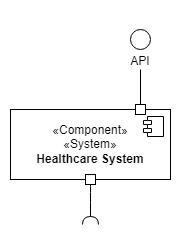
This is docs/global-artifacts/03.design/logical-view/level-1/png/N1-VL.png from vscosousa/LAPR5_3DC_G15, a draw.io export, as it was before one commit. Source tidied: cells renumbered, new cells last; positions are measured from the earlier drawing's top-left corner, leaving out a move shared by most shapes.
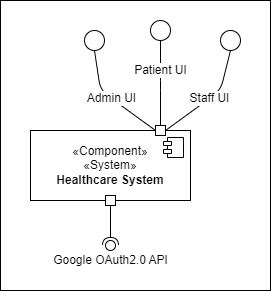
The same diagram one commit later.

Change to the diagram source:
```diff
@@ -1,6 +1,38 @@
 <mxGraphModel>
   <root>
     <mxCell id="0" />
+    <mxCell id="10" value="Untitled Layer" parent="0" />
+    <mxCell id="11" style="rounded=0;whiteSpace=wrap;html=1;" parent="10" vertex="1">
+      <mxGeometry x="-30" y="-50" width="270" height="290" as="geometry" />
+    </mxCell>
+    <mxCell id="12" value="&lt;div&gt;&lt;br&gt;&lt;/div&gt;&lt;div&gt;&lt;br&gt;&lt;/div&gt;&lt;div&gt;&lt;br&gt;&lt;br&gt;&lt;/div&gt;" style="ellipse;whiteSpace=wrap;html=1;" parent="10" vertex="1">
+      <mxGeometry x="120" y="-30" width="20" height="20" as="geometry" />
+    </mxCell>
+    <mxCell id="13" value="Patient UI" style="edgeStyle=none;html=1;entryX=0.5;entryY=1;entryDx=0;entryDy=0;fontSize=12;endArrow=none;endFill=0;" parent="10" edge="1" target="12">
+      <mxGeometry x="0.33" relative="1" as="geometry">
+        <mxPoint x="130" y="80" as="sourcePoint" />
+        <Array as="points">
+          <mxPoint x="130" y="30" />
+        </Array>
+      </mxGeometry>
+    </mxCell>
+    <mxCell id="14" value="&lt;div&gt;&lt;br&gt;&lt;/div&gt;&lt;div&gt;&lt;br&gt;&lt;/div&gt;&lt;div&gt;&lt;br&gt;&lt;br&gt;&lt;/div&gt;" style="ellipse;whiteSpace=wrap;html=1;" parent="10" vertex="1">
+      <mxGeometry x="190" y="-20" width="20" height="20" as="geometry" />
+    </mxCell>
+    <mxCell id="15" value="Staff UI" style="edgeStyle=none;html=1;entryX=0.5;entryY=1;entryDx=0;entryDy=0;fontSize=12;endArrow=none;endFill=0;exitX=1;exitY=0.5;exitDx=0;exitDy=0;" parent="10" edge="1" source="7" target="14">
+      <mxGeometry relative="1" as="geometry">
+        <Array as="points">
+          <mxPoint x="190" y="40" />
+        </Array>
+      </mxGeometry>
+    </mxCell>
+    <mxCell id="16" value="Admin UI" style="edgeStyle=none;html=1;entryX=0.5;entryY=1;entryDx=0;entryDy=0;fontSize=12;endArrow=none;endFill=0;exitX=0;exitY=0.5;exitDx=0;exitDy=0;" parent="10" edge="1" source="7" target="8">
+      <mxGeometry relative="1" as="geometry">
+        <Array as="points">
+          <mxPoint x="70" y="40" />
+        </Array>
+      </mxGeometry>
+    </mxCell>
     <mxCell id="1" parent="0" />
     <mxCell id="2" value="«Component»&lt;div&gt;«System»&lt;br&gt;&lt;b&gt;Healthcare System&lt;/b&gt;&lt;/div&gt;" style="html=1;whiteSpace=wrap;" parent="1" vertex="1">
       <mxGeometry y="80" width="160" height="70" as="geometry" />
@@ -22,13 +54,14 @@
     <mxCell id="7" style="whiteSpace=wrap;html=1;" parent="1" vertex="1">
       <mxGeometry x="125" y="75" width="10" height="10" as="geometry" />
     </mxCell>
-    <mxCell id="8" value="&lt;div&gt;&lt;br&gt;&lt;/div&gt;&lt;div&gt;&lt;br&gt;&lt;/div&gt;&lt;div&gt;&lt;br&gt;API&lt;/div&gt;" style="ellipse;whiteSpace=wrap;html=1;" parent="1" vertex="1">
-      <mxGeometry x="120" width="20" height="20" as="geometry" />
+    <mxCell id="8" value="&lt;div&gt;&lt;br&gt;&lt;/div&gt;&lt;div&gt;&lt;br&gt;&lt;/div&gt;&lt;div&gt;&lt;br&gt;&lt;br&gt;&lt;/div&gt;" style="ellipse;whiteSpace=wrap;html=1;" parent="1" vertex="1">
+      <mxGeometry x="54" y="-20" width="20" height="20" as="geometry" />
     </mxCell>
-    <mxCell id="9" style="endArrow=none;html=1;rounded=0;exitX=0.5;exitY=0;exitDx=0;exitDy=0;" parent="1" edge="1" source="7">
-      <mxGeometry relative="1" as="geometry">
-        <mxPoint x="130" y="40" as="targetPoint" />
-      </mxGeometry>
-    </mxCell>
+    <mxCell id="17" style="ellipse;whiteSpace=wrap;html=1;" parent="1" vertex="1">
+      <mxGeometry x="75" y="190" width="10" height="10" as="geometry" />
+    </mxCell>
+    <mxCell id="18" value="Google OAuth2.0 API" style="text;html=1;align=center;verticalAlign=middle;strokeColor=none;fillColor=none;" parent="1" vertex="1">
+      <mxGeometry x="10" y="195" width="140" height="30" as="geometry" />
+    </mxCell>
   </root>
 </mxGraphModel>
```
